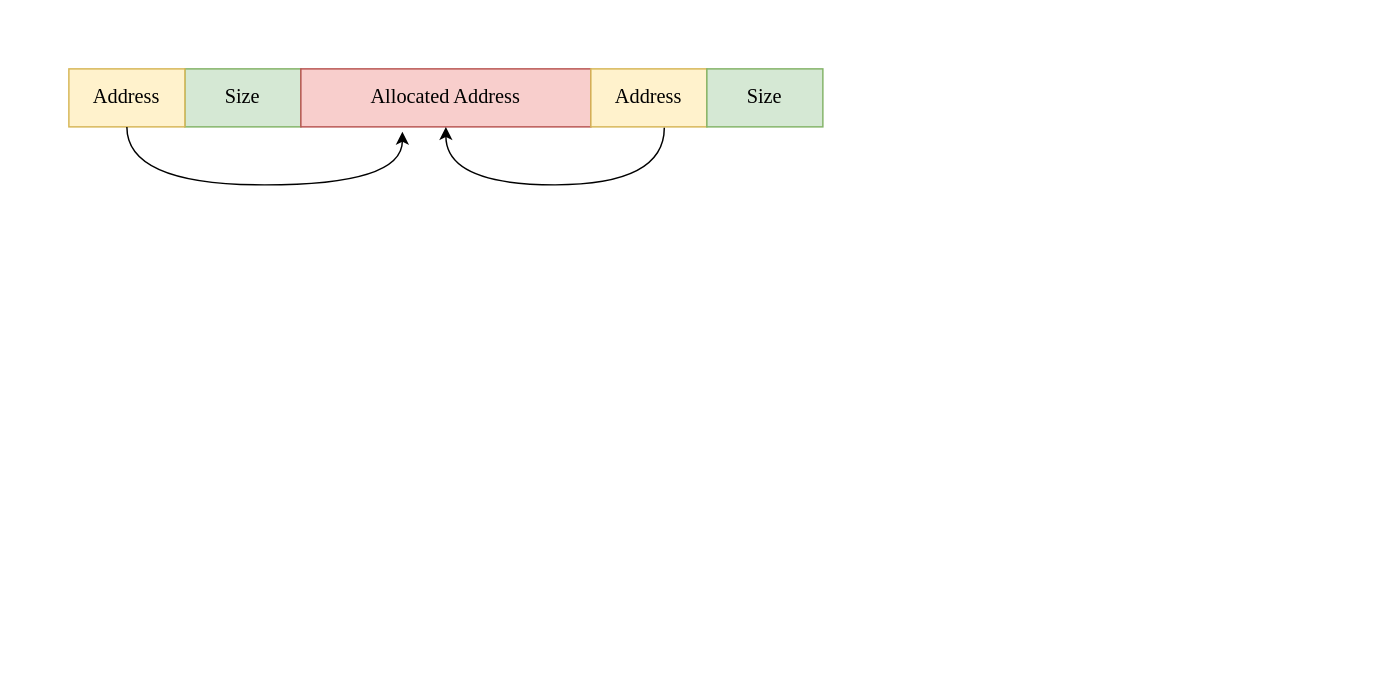
Earlier version of the draw.io diagram 堆分配布局.drawio (satadriver/essay). Source tidied: cells renumbered, new cells numbered last; positions are measured from the earlier drawing's top-left corner, leaving out a move shared by most shapes. Both pictures are drawn from the tidied source at 145%, with x=0, y=0 at pixel (68, 68).
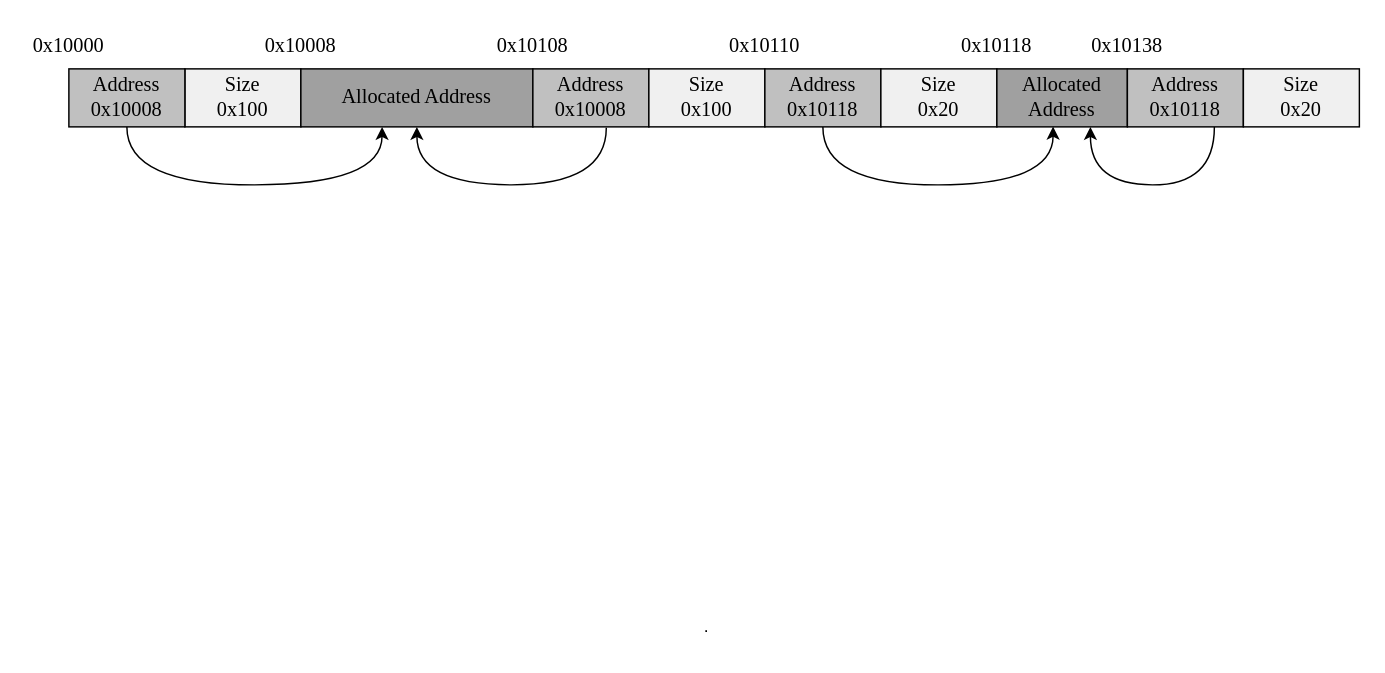
After the change.

Change to the diagram source:
```diff
@@
-    <mxCell id="2" value="&lt;font face=&quot;Times New Roman&quot; style=&quot;font-size: 14px;&quot;&gt;Size&lt;/font&gt;" style="rounded=0;whiteSpace=wrap;html=1;fillColor=#d5e8d4;strokeColor=#82b366;" parent="1" vertex="1">
+    <mxCell id="2" value="&lt;font face=&quot;Times New Roman&quot; style=&quot;font-size: 14px;&quot;&gt;Size&lt;/font&gt;&lt;div&gt;&lt;font face=&quot;Times New Roman&quot; style=&quot;font-size: 14px;&quot;&gt;0x100&lt;/font&gt;&lt;/div&gt;" style="rounded=0;whiteSpace=wrap;html=1;fillColor=#F0F0F0;strokeColor=default;" parent="1" vertex="1">
       <mxGeometry x="80" width="80" height="40" as="geometry" />
     </mxCell>
-    <mxCell id="3" value="&lt;font face=&quot;Times New Roman&quot; style=&quot;font-size: 14px;&quot;&gt;Address&lt;/font&gt;" style="rounded=0;whiteSpace=wrap;html=1;fillColor=#fff2cc;strokeColor=#d6b656;" parent="1" vertex="1">
+    <mxCell id="3" value="&lt;font face=&quot;Times New Roman&quot; style=&quot;font-size: 14px;&quot;&gt;Address&lt;/font&gt;&lt;div&gt;&lt;font face=&quot;Times New Roman&quot; style=&quot;font-size: 14px;&quot;&gt;0x10008&lt;/font&gt;&lt;/div&gt;" style="rounded=0;whiteSpace=wrap;html=1;fillColor=#C0C0C0;strokeColor=default;" parent="1" vertex="1">
       <mxGeometry width="80" height="40" as="geometry" />
     </mxCell>
-    <mxCell id="4" value="&lt;font style=&quot;font-size: 14px;&quot; face=&quot;Times New Roman&quot;&gt;Allocated Address&lt;/font&gt;" style="rounded=0;whiteSpace=wrap;html=1;fillColor=#f8cecc;strokeColor=#b85450;" parent="1" vertex="1">
-      <mxGeometry x="160" width="200" height="40" as="geometry" />
+    <mxCell id="4" value="&lt;font style=&quot;font-size: 14px;&quot; face=&quot;Times New Roman&quot;&gt;Allocated Address&lt;/font&gt;" style="rounded=0;whiteSpace=wrap;html=1;fillColor=#A0A0A0;strokeColor=default;" parent="1" vertex="1">
+      <mxGeometry x="160" width="160" height="40" as="geometry" />
     </mxCell>
-    <mxCell id="5" value="&lt;font face=&quot;Times New Roman&quot; style=&quot;font-size: 14px;&quot;&gt;Address&lt;/font&gt;" style="rounded=0;whiteSpace=wrap;html=1;fillColor=#fff2cc;strokeColor=#d6b656;" parent="1" vertex="1">
-      <mxGeometry x="360" width="80" height="40" as="geometry" />
+    <mxCell id="5" value="&lt;font face=&quot;Times New Roman&quot; style=&quot;font-size: 14px;&quot;&gt;Address&lt;/font&gt;&lt;div&gt;&lt;font face=&quot;Times New Roman&quot; style=&quot;font-size: 14px;&quot;&gt;0x10008&lt;/font&gt;&lt;/div&gt;" style="rounded=0;whiteSpace=wrap;html=1;fillColor=#C0C0C0;strokeColor=default;" parent="1" vertex="1">
+      <mxGeometry x="320" width="80" height="40" as="geometry" />
     </mxCell>
-    <mxCell id="6" value="&lt;font face=&quot;Times New Roman&quot; style=&quot;font-size: 14px;&quot;&gt;Size&lt;/font&gt;" style="rounded=0;whiteSpace=wrap;html=1;fillColor=#d5e8d4;strokeColor=#82b366;" parent="1" vertex="1">
-      <mxGeometry x="440" width="80" height="40" as="geometry" />
+    <mxCell id="6" value="&lt;font face=&quot;Times New Roman&quot; style=&quot;font-size: 14px;&quot;&gt;Size&lt;/font&gt;&lt;div&gt;&lt;font face=&quot;Times New Roman&quot; style=&quot;font-size: 14px;&quot;&gt;0x100&lt;/font&gt;&lt;/div&gt;" style="rounded=0;whiteSpace=wrap;html=1;fillColor=#F0F0F0;strokeColor=default;" parent="1" vertex="1">
+      <mxGeometry x="400" width="80" height="40" as="geometry" />
     </mxCell>
-    <mxCell id="7" style="endArrow=classic;html=1;rounded=1;curved=1;edgeStyle=orthogonalEdgeStyle;entryX=0.35;entryY=1.083;entryDx=0;entryDy=0;entryPerimeter=0;exitX=0.5;exitY=1;exitDx=0;exitDy=0;" parent="1" edge="1" source="3" target="4">
+    <mxCell id="7" style="endArrow=classic;html=1;rounded=1;curved=1;edgeStyle=orthogonalEdgeStyle;exitX=0.5;exitY=1;exitDx=0;exitDy=0;strokeColor=default;" parent="1" edge="1" source="3">
       <mxGeometry relative="1" as="geometry">
+        <mxPoint x="216" y="40" as="targetPoint" />
         <Array as="points">
           <mxPoint x="40" y="80" />
-          <mxPoint x="230" y="80" />
+          <mxPoint x="216" y="80" />
         </Array>
       </mxGeometry>
     </mxCell>
-    <mxCell id="8" style="endArrow=classic;html=1;rounded=0;edgeStyle=orthogonalEdgeStyle;curved=1;entryX=0.5;entryY=1;entryDx=0;entryDy=0;exitX=0.633;exitY=1.017;exitDx=0;exitDy=0;exitPerimeter=0;" parent="1" edge="1" source="5" target="4">
+    <mxCell id="8" style="endArrow=classic;html=1;rounded=0;edgeStyle=orthogonalEdgeStyle;curved=1;entryX=0.5;entryY=1;entryDx=0;entryDy=0;exitX=0.633;exitY=1.017;exitDx=0;exitDy=0;exitPerimeter=0;strokeColor=default;" parent="1" edge="1" source="5" target="4">
       <mxGeometry relative="1" as="geometry">
         <Array as="points">
-          <mxPoint x="410.6" y="80" />
-          <mxPoint x="260" y="80" />
+          <mxPoint x="370.6" y="80" />
+          <mxPoint x="240" y="80" />
         </Array>
       </mxGeometry>
     </mxCell>
+    <mxCell id="9" value="&lt;font face=&quot;Times New Roman&quot; style=&quot;font-size: 14px;&quot;&gt;Address&lt;/font&gt;&lt;div&gt;&lt;font face=&quot;Times New Roman&quot; style=&quot;font-size: 14px;&quot;&gt;0x10118&lt;/font&gt;&lt;/div&gt;" style="rounded=0;whiteSpace=wrap;html=1;fillColor=#C0C0C0;strokeColor=default;" parent="1" vertex="1">
+      <mxGeometry x="480" width="80" height="40" as="geometry" />
+    </mxCell>
+    <mxCell id="10" value="&lt;font face=&quot;Times New Roman&quot; style=&quot;font-size: 14px;&quot;&gt;Size&lt;/font&gt;&lt;div&gt;&lt;font face=&quot;Times New Roman&quot; style=&quot;font-size: 14px;&quot;&gt;0x20&lt;/font&gt;&lt;/div&gt;" style="rounded=0;whiteSpace=wrap;html=1;fillColor=#F0F0F0;strokeColor=default;" parent="1" vertex="1">
+      <mxGeometry x="560" width="80" height="40" as="geometry" />
+    </mxCell>
+    <mxCell id="11" value="&lt;font style=&quot;font-size: 14px;&quot; face=&quot;Times New Roman&quot;&gt;Allocated Address&lt;/font&gt;" style="rounded=0;whiteSpace=wrap;html=1;fillColor=#A0A0A0;strokeColor=default;" parent="1" vertex="1">
+      <mxGeometry x="640" width="90" height="40" as="geometry" />
+    </mxCell>
+    <mxCell id="12" value="&lt;font face=&quot;Times New Roman&quot; style=&quot;font-size: 14px;&quot;&gt;Address&lt;/font&gt;&lt;div&gt;&lt;span style=&quot;font-family: &amp;quot;Times New Roman&amp;quot;; font-size: 14px;&quot;&gt;0x10118&lt;/span&gt;&lt;font face=&quot;Times New Roman&quot; style=&quot;font-size: 14px;&quot;&gt;&lt;/font&gt;&lt;/div&gt;" style="rounded=0;whiteSpace=wrap;html=1;fillColor=#C0C0C0;strokeColor=default;" parent="1" vertex="1">
+      <mxGeometry x="730" width="80" height="40" as="geometry" />
+    </mxCell>
+    <mxCell id="13" value="&lt;font face=&quot;Times New Roman&quot; style=&quot;font-size: 14px;&quot;&gt;Size&lt;/font&gt;&lt;div&gt;&lt;font face=&quot;Times New Roman&quot; style=&quot;font-size: 14px;&quot;&gt;0x20&lt;/font&gt;&lt;/div&gt;" style="rounded=0;whiteSpace=wrap;html=1;fillColor=#F0F0F0;strokeColor=default;" parent="1" vertex="1">
+      <mxGeometry x="810" width="80" height="40" as="geometry" />
+    </mxCell>
+    <mxCell id="14" style="endArrow=classic;html=1;rounded=1;curved=1;edgeStyle=orthogonalEdgeStyle;exitX=0.5;exitY=1;exitDx=0;exitDy=0;entryX=0.431;entryY=0.995;entryDx=0;entryDy=0;entryPerimeter=0;strokeColor=default;" parent="1" edge="1" source="9" target="11">
+      <mxGeometry relative="1" as="geometry">
+        <Array as="points">
+          <mxPoint x="520" y="80" />
+          <mxPoint x="678.8" y="80" />
+        </Array>
+      </mxGeometry>
+    </mxCell>
+    <mxCell id="15" style="endArrow=classic;html=1;rounded=0;edgeStyle=orthogonalEdgeStyle;curved=1;entryX=0.5;entryY=1;entryDx=0;entryDy=0;exitX=0.75;exitY=1;exitDx=0;exitDy=0;strokeColor=default;" parent="1" edge="1" source="12">
+      <mxGeometry relative="1" as="geometry">
+        <mxPoint x="704.5" y="40" as="targetPoint" />
+        <Array as="points">
+          <mxPoint x="790" y="80" />
+          <mxPoint x="704.5" y="80" />
+        </Array>
+      </mxGeometry>
+    </mxCell>
+    <mxCell id="16" value="&lt;font face=&quot;Times New Roman&quot; style=&quot;font-size: 14px;&quot;&gt;0x10008&lt;/font&gt;" style="text;html=1;whiteSpace=wrap;strokeColor=none;fillColor=none;align=center;verticalAlign=middle;rounded=0;" parent="1" vertex="1">
+      <mxGeometry x="130" y="-30" width="60" height="30" as="geometry" />
+    </mxCell>
+    <mxCell id="17" value="&lt;font face=&quot;Times New Roman&quot; style=&quot;font-size: 14px;&quot;&gt;0x10108&lt;/font&gt;" style="text;html=1;whiteSpace=wrap;strokeColor=none;fillColor=none;align=center;verticalAlign=middle;rounded=0;" parent="1" vertex="1">
+      <mxGeometry x="290" y="-30" width="60" height="30" as="geometry" />
+    </mxCell>
+    <mxCell id="18" value="&lt;font face=&quot;Times New Roman&quot; style=&quot;font-size: 14px;&quot;&gt;0x10000&lt;/font&gt;" style="text;html=1;whiteSpace=wrap;strokeColor=none;fillColor=none;align=center;verticalAlign=middle;rounded=0;" parent="1" vertex="1">
+      <mxGeometry x="-30" y="-30" width="60" height="30" as="geometry" />
+    </mxCell>
+    <mxCell id="19" value="&lt;font style=&quot;font-size: 14px;&quot; face=&quot;Times New Roman&quot;&gt;0x10110&lt;/font&gt;" style="text;html=1;whiteSpace=wrap;strokeColor=none;fillColor=none;align=center;verticalAlign=middle;rounded=0;" parent="1" vertex="1">
+      <mxGeometry x="450" y="-30" width="60" height="30" as="geometry" />
+    </mxCell>
+    <mxCell id="20" value="&lt;font style=&quot;font-size: 14px;&quot; face=&quot;Times New Roman&quot;&gt;0x10118&lt;/font&gt;" style="text;html=1;whiteSpace=wrap;strokeColor=none;fillColor=none;align=center;verticalAlign=middle;rounded=0;" parent="1" vertex="1">
+      <mxGeometry x="610" y="-30" width="60" height="30" as="geometry" />
+    </mxCell>
+    <mxCell id="21" value="&lt;font face=&quot;Times New Roman&quot;&gt;&lt;font style=&quot;font-size: 14px;&quot;&gt;0x1013&lt;/font&gt;&lt;span style=&quot;font-size: 14px; background-color: transparent; color: light-dark(rgb(0, 0, 0), rgb(255, 255, 255));&quot;&gt;8&lt;/span&gt;&lt;/font&gt;" style="text;html=1;whiteSpace=wrap;strokeColor=none;fillColor=none;align=center;verticalAlign=middle;rounded=0;" parent="1" vertex="1">
+      <mxGeometry x="700" y="-30" width="60" height="30" as="geometry" />
+    </mxCell>
+    <mxCell id="22" value="." style="text;html=1;whiteSpace=wrap;strokeColor=none;fillColor=none;align=center;verticalAlign=middle;rounded=0;" parent="1" vertex="1">
+      <mxGeometry x="410" y="370" width="60" height="30" as="geometry" />
+    </mxCell>
```
